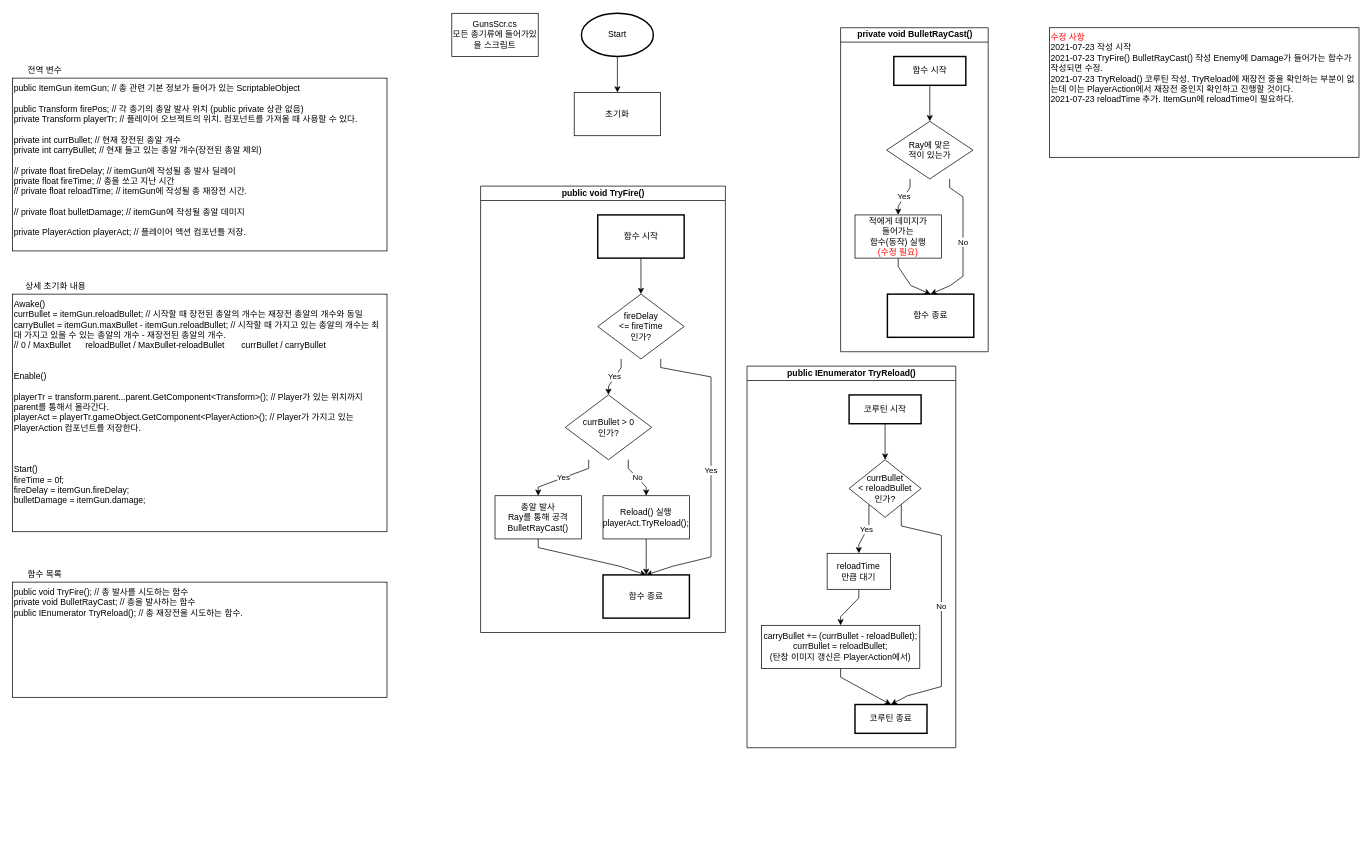
This is FlowChart/GunsScr.drawio from BckLily/YeilMainProjectBackUp, a draw.io file, before an edit. Source tidied: cells renumbered, new cells numbered last; positions are measured from the earlier drawing's top-left corner, leaving out a move shared by most shapes. Both pictures are drawn from the tidied source at 72%, with x=0, y=0 at pixel (12, 13).
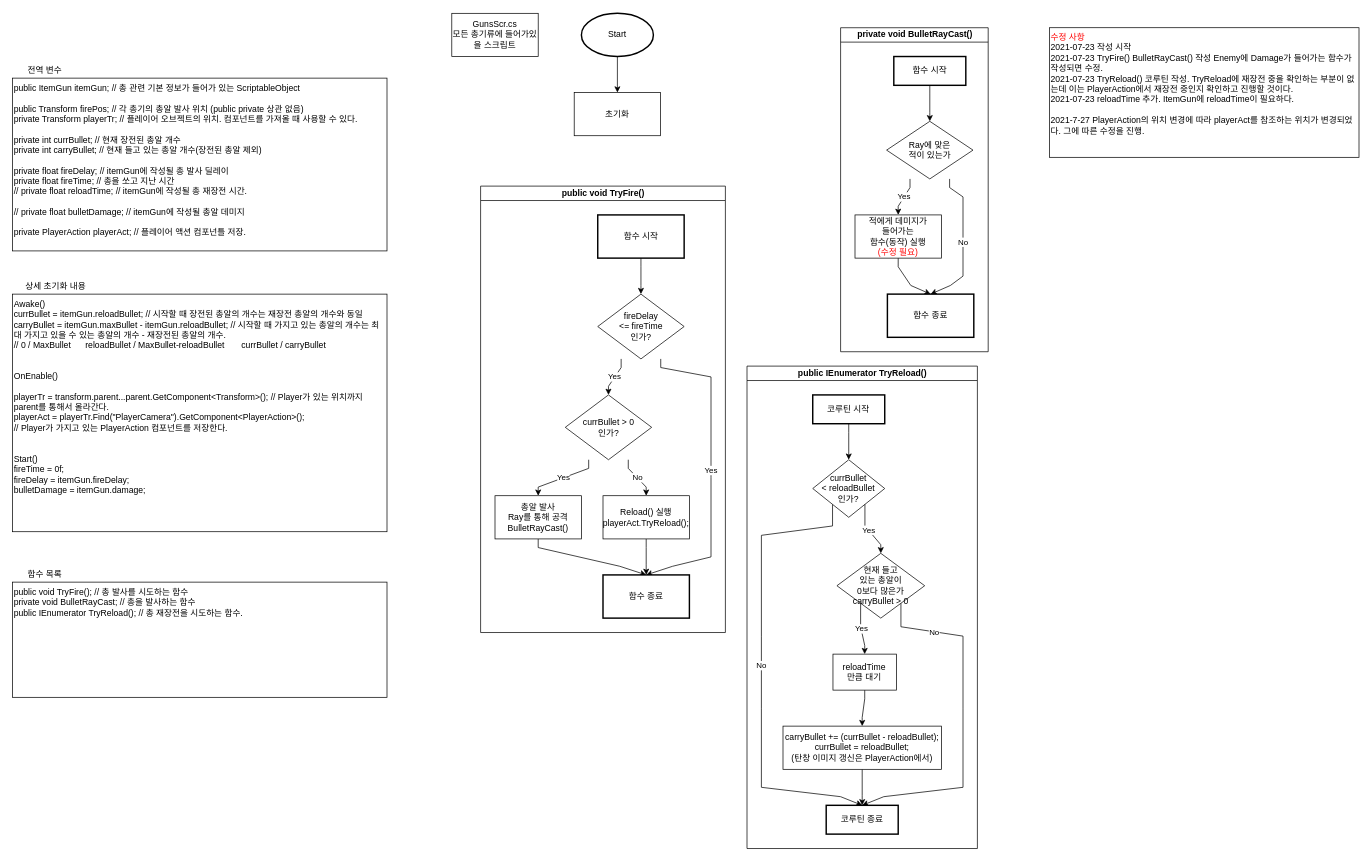
The same page after the edit.

Diff of the diagram source:
```diff
@@
-    <mxCell id="5" value="&lt;font color=&quot;#ff0000&quot;&gt;수정 사항&lt;/font&gt;&lt;br&gt;2021-07-23 작성 시작&lt;br&gt;2021-07-23 TryFire() BulletRayCast() 작성 Enemy에 Damage가 들어가는 함수가 작성되면 수정.&lt;br&gt;2021-07-23 TryReload() 코루틴 작성. TryReload에 재장전 중을 확인하는 부분이 없는데 이는 PlayerAction에서 재장전 중인지 확인하고 진행할 것이다.&lt;br&gt;2021-07-23 reloadTime 추가. ItemGun에 reloadTime이 필요하다." style="rounded=0;whiteSpace=wrap;html=1;align=left;verticalAlign=top;" parent="1" vertex="1">
+    <mxCell id="5" value="&lt;font color=&quot;#ff0000&quot;&gt;수정 사항&lt;/font&gt;&lt;br&gt;2021-07-23 작성 시작&lt;br&gt;2021-07-23 TryFire() BulletRayCast() 작성 Enemy에 Damage가 들어가는 함수가 작성되면 수정.&lt;br&gt;2021-07-23 TryReload() 코루틴 작성. TryReload에 재장전 중을 확인하는 부분이 없는데 이는 PlayerAction에서 재장전 중인지 확인하고 진행할 것이다.&lt;br&gt;2021-07-23 reloadTime 추가. ItemGun에 reloadTime이 필요하다.&lt;br&gt;&lt;br&gt;2021-7-27 PlayerAction의 위치 변경에 따라 playerAct를 참조하는 위치가 변경되었다. 그에 따른 수정을 진행." style="rounded=0;whiteSpace=wrap;html=1;align=left;verticalAlign=top;" parent="1" vertex="1">
       <mxGeometry x="1440" y="20" width="430" height="180" as="geometry" />
     </mxCell>
@@
-    <mxCell id="7" value="Awake()&lt;br&gt;currBullet = itemGun.reloadBullet; // 시작할 때 장전된 총알의 개수는 재장전 총알의 개수와 동일&lt;br&gt;carryBullet = itemGun.maxBullet - itemGun.reloadBullet; // 시작할 때 가지고 있는 총알의 개수는 최대 가지고 있을 수 있는 총알의 개수 - 재장전된 총알의 개수.&lt;br&gt;// 0 / MaxBullet&amp;nbsp; &amp;nbsp; &amp;nbsp; reloadBullet / MaxBullet-reloadBullet&amp;nbsp; &amp;nbsp; &amp;nbsp; &amp;nbsp;currBullet / carryBullet&lt;br&gt;&lt;br&gt;&lt;br&gt;Enable()&lt;br&gt;&lt;br&gt;playerTr = transform.parent...parent.GetComponent&amp;lt;Transform&amp;gt;(); // Player가 있는 위치까지 parent를 통해서 올라간다.&lt;br&gt;playerAct = playerTr.gameObject.GetComponent&amp;lt;PlayerAction&amp;gt;(); // Player가 가지고 있는 PlayerAction 컴포넌트를 저장한다.&lt;br&gt;&lt;br&gt;&lt;br&gt;&lt;br&gt;Start()&lt;br&gt;fireTime = 0f;&lt;br&gt;fireDelay = itemGun.fireDelay;&lt;br&gt;bulletDamage = itemGun.damage;&lt;br&gt;" style="rounded=0;whiteSpace=wrap;html=1;align=left;verticalAlign=top;" parent="1" vertex="1">
+    <mxCell id="7" value="Awake()&lt;br&gt;currBullet = itemGun.reloadBullet; // 시작할 때 장전된 총알의 개수는 재장전 총알의 개수와 동일&lt;br&gt;carryBullet = itemGun.maxBullet - itemGun.reloadBullet; // 시작할 때 가지고 있는 총알의 개수는 최대 가지고 있을 수 있는 총알의 개수 - 재장전된 총알의 개수.&lt;br&gt;// 0 / MaxBullet&amp;nbsp; &amp;nbsp; &amp;nbsp; reloadBullet / MaxBullet-reloadBullet&amp;nbsp; &amp;nbsp; &amp;nbsp; &amp;nbsp;currBullet / carryBullet&lt;br&gt;&lt;br&gt;&lt;br&gt;OnEnable()&lt;br&gt;&lt;br&gt;playerTr = transform.parent...parent.GetComponent&amp;lt;Transform&amp;gt;(); // Player가 있는 위치까지 parent를 통해서 올라간다.&lt;br&gt;playerAct = playerTr.Find(&quot;PlayerCamera&quot;).GetComponent&amp;lt;PlayerAction&amp;gt;();&lt;br&gt;// Player가 가지고 있는 PlayerAction 컴포넌트를 저장한다.&lt;br&gt;&lt;br&gt;&lt;br&gt;Start()&lt;br&gt;fireTime = 0f;&lt;br&gt;fireDelay = itemGun.fireDelay;&lt;br&gt;bulletDamage = itemGun.damage;" style="rounded=0;whiteSpace=wrap;html=1;align=left;verticalAlign=top;" parent="1" vertex="1">
       <mxGeometry y="390" width="520" height="330" as="geometry" />
     </mxCell>
@@
-    <mxCell id="9" value="public ItemGun itemGun; // 총 관련 기본 정보가 들어가 있는 ScriptableObject&lt;br&gt;&lt;br&gt;public Transform firePos; // 각 총기의 총알 발사 위치 (public private 상관 없음)&lt;br&gt;private Transform playerTr; // 플레이어 오브젝트의 위치. 컴포넌트를 가져올 때 사용할 수 있다.&lt;br&gt;&lt;br&gt;private int currBullet; // 현재 장전된 총알 개수&lt;br&gt;private int carryBullet; // 현재 들고 있는 총알 개수(장전된 총알 제외)&lt;br&gt;&lt;br&gt;// private float fireDelay; // itemGun에 작성될 총 발사 딜레이&lt;br&gt;private float fireTime; // 총을 쏘고 지난 시간&lt;br&gt;// private float reloadTime; // itemGun에 작성될 총 재장전 시간.&lt;br&gt;&lt;br&gt;// private float bulletDamage; // itemGun에 작성될 총알 데미지&lt;br&gt;&lt;br&gt;private PlayerAction playerAct; // 플레이어 액션 컴포넌틀 저장." style="rounded=0;whiteSpace=wrap;html=1;align=left;verticalAlign=top;" parent="1" vertex="1">
+    <mxCell id="9" value="public ItemGun itemGun; // 총 관련 기본 정보가 들어가 있는 ScriptableObject&lt;br&gt;&lt;br&gt;public Transform firePos; // 각 총기의 총알 발사 위치 (public private 상관 없음)&lt;br&gt;private Transform playerTr; // 플레이어 오브젝트의 위치. 컴포넌트를 가져올 때 사용할 수 있다.&lt;br&gt;&lt;br&gt;private int currBullet; // 현재 장전된 총알 개수&lt;br&gt;private int carryBullet; // 현재 들고 있는 총알 개수(장전된 총알 제외)&lt;br&gt;&lt;br&gt;private float fireDelay; // itemGun에 작성될 총 발사 딜레이&lt;br&gt;private float fireTime; // 총을 쏘고 지난 시간&lt;br&gt;// private float reloadTime; // itemGun에 작성될 총 재장전 시간.&lt;br&gt;&lt;br&gt;// private float bulletDamage; // itemGun에 작성될 총알 데미지&lt;br&gt;&lt;br&gt;private PlayerAction playerAct; // 플레이어 액션 컴포넌틀 저장." style="rounded=0;whiteSpace=wrap;html=1;align=left;verticalAlign=top;" parent="1" vertex="1">
       <mxGeometry y="90" width="520" height="240" as="geometry" />
     </mxCell>
@@
     <mxCell id="36" value="&lt;span style=&quot;text-align: left&quot;&gt;&lt;b&gt;public IEnumerator TryReload()&lt;/b&gt;&lt;/span&gt;" style="swimlane;html=1;startSize=20;horizontal=1;flowOrientation=north;interRankCellSpacing=50;containerType=tree;align=center;fontStyle=0;" parent="1" vertex="1">
-      <mxGeometry x="1020" y="490" width="290" height="530" as="geometry" />
+      <mxGeometry x="1020" y="490" width="320" height="670" as="geometry" />
     </mxCell>
     <mxCell id="37" style="edgeStyle=orthogonalEdgeStyle;rounded=0;jettySize=auto;html=1;entryX=0.5;entryY=0;entryDx=0;entryDy=0;noEdgeStyle=1;orthogonal=1;" parent="36" edge="1" source="38" target="41">
       <mxGeometry relative="1" as="geometry">
         <Array as="points">
-          <mxPoint x="191.8" y="92" />
-          <mxPoint x="191.8" y="118" />
+          <mxPoint x="141.3" y="92" />
+          <mxPoint x="141.3" y="118" />
         </Array>
       </mxGeometry>
     </mxCell>
     <mxCell id="38" value="코루틴 시작" style="whiteSpace=wrap;html=1;strokeWidth=2;" parent="36" vertex="1">
-      <mxGeometry x="141.8" y="40" width="100" height="40" as="geometry" />
+      <mxGeometry x="91.3" y="40" width="100" height="40" as="geometry" />
     </mxCell>
-    <mxCell id="39" value="Yes" style="edgeStyle=orthogonalEdgeStyle;rounded=0;jettySize=auto;html=1;entryX=0.5;entryY=0;entryDx=0;entryDy=0;noEdgeStyle=1;orthogonal=1;" parent="36" edge="1" source="41" target="46">
-      <mxGeometry relative="1" as="geometry">
-        <Array as="points">
-          <mxPoint x="169.3" y="222" />
-          <mxPoint x="155.3" y="248" />
-        </Array>
-      </mxGeometry>
-    </mxCell>
     <mxCell id="40" value="No" style="edgeStyle=orthogonalEdgeStyle;rounded=0;jettySize=auto;html=1;entryX=0.5;entryY=0;entryDx=0;entryDy=0;noEdgeStyle=1;orthogonal=1;" parent="36" edge="1" source="41" target="44">
       <mxGeometry relative="1" as="geometry">
         <Array as="points">
-          <mxPoint x="214.3" y="222" />
-          <mxPoint x="270" y="235" />
-          <mxPoint x="270" y="335" />
-          <mxPoint x="270" y="335" />
-          <mxPoint x="270" y="445" />
-          <mxPoint x="222.5" y="458" />
+          <mxPoint x="118.8" y="222" />
+          <mxPoint x="20" y="235" />
+          <mxPoint x="20" y="375" />
+          <mxPoint x="20" y="375" />
+          <mxPoint x="20" y="475" />
+          <mxPoint x="20" y="475" />
+          <mxPoint x="20" y="585" />
+          <mxPoint x="130" y="598" />
         </Array>
       </mxGeometry>
     </mxCell>
     <mxCell id="41" value="currBullet&lt;br&gt;&amp;lt; reloadBullet&lt;br&gt;인가?" style="rhombus;whiteSpace=wrap;html=1;align=center;" parent="36" vertex="1">
-      <mxGeometry x="141.8" y="130" width="100" height="80" as="geometry" />
+      <mxGeometry x="91.3" y="130" width="100" height="80" as="geometry" />
     </mxCell>
     <mxCell id="42" style="edgeStyle=orthogonalEdgeStyle;rounded=0;jettySize=auto;html=1;entryX=0.5;entryY=0;entryDx=0;entryDy=0;noEdgeStyle=1;orthogonal=1;" parent="36" edge="1" source="43" target="44">
       <mxGeometry relative="1" as="geometry">
         <Array as="points">
-          <mxPoint x="130" y="432" />
-          <mxPoint x="177.5" y="458" />
+          <mxPoint x="160" y="572" />
+          <mxPoint x="160" y="596" />
         </Array>
       </mxGeometry>
     </mxCell>
     <mxCell id="43" value="carryBullet += (currBullet - reloadBullet);&lt;br&gt;currBullet = reloadBullet;&lt;br&gt;(탄창 이미지 갱신은 PlayerAction에서)" style="rounded=0;whiteSpace=wrap;html=1;align=center;" parent="36" vertex="1">
-      <mxGeometry x="20" y="360" width="220" height="60" as="geometry" />
+      <mxGeometry x="50" y="500" width="220" height="60" as="geometry" />
     </mxCell>
     <mxCell id="44" value="코루틴 종료" style="whiteSpace=wrap;html=1;strokeWidth=2;" parent="36" vertex="1">
-      <mxGeometry x="150" y="470" width="100" height="40" as="geometry" />
+      <mxGeometry x="110" y="610" width="100" height="40" as="geometry" />
     </mxCell>
     <mxCell id="45" style="edgeStyle=orthogonalEdgeStyle;rounded=0;jettySize=auto;html=1;entryX=0.5;entryY=0;entryDx=0;entryDy=0;noEdgeStyle=1;orthogonal=1;" parent="36" edge="1" source="46" target="43">
       <mxGeometry relative="1" as="geometry">
         <Array as="points">
-          <mxPoint x="155.3" y="322" />
-          <mxPoint x="130" y="348" />
+          <mxPoint x="163.5" y="462" />
+          <mxPoint x="160" y="488" />
         </Array>
       </mxGeometry>
     </mxCell>
     <mxCell id="46" value="reloadTime&lt;br&gt;만큼 대기" style="rounded=0;whiteSpace=wrap;html=1;align=center;" parent="36" vertex="1">
-      <mxGeometry x="111.3" y="260" width="88.1" height="50" as="geometry" />
+      <mxGeometry x="119.4" y="400" width="88.1" height="50" as="geometry" />
     </mxCell>
+    <mxCell id="47" value="Yes" style="edgeStyle=orthogonalEdgeStyle;rounded=0;jettySize=auto;html=1;entryX=0.5;entryY=0;entryDx=0;entryDy=0;noEdgeStyle=1;orthogonal=1;" parent="36" edge="1" source="41" target="50">
+      <mxGeometry relative="1" as="geometry">
+        <Array as="points">
+          <mxPoint x="163.8" y="222" />
+          <mxPoint x="185.8" y="248" />
+        </Array>
+      </mxGeometry>
+    </mxCell>
+    <mxCell id="48" value="Yes" style="edgeStyle=orthogonalEdgeStyle;rounded=0;jettySize=auto;html=1;entryX=0.5;entryY=0;entryDx=0;entryDy=0;noEdgeStyle=1;orthogonal=1;" parent="36" edge="1" source="50" target="46">
+      <mxGeometry relative="1" as="geometry">
+        <Array as="points">
+          <mxPoint x="157.8" y="362" />
+          <mxPoint x="163.5" y="388" />
+        </Array>
+      </mxGeometry>
+    </mxCell>
+    <mxCell id="49" value="No" style="edgeStyle=orthogonalEdgeStyle;rounded=0;jettySize=auto;html=1;entryX=0.5;entryY=0;entryDx=0;entryDy=0;noEdgeStyle=1;orthogonal=1;" parent="36" edge="1" source="50" target="44">
+      <mxGeometry x="-0.66" y="-1" relative="1" as="geometry">
+        <Array as="points">
+          <mxPoint x="213.8" y="362" />
+          <mxPoint x="300" y="375" />
+          <mxPoint x="300" y="475" />
+          <mxPoint x="300" y="475" />
+          <mxPoint x="300" y="585" />
+          <mxPoint x="190" y="598" />
+        </Array>
+      </mxGeometry>
+    </mxCell>
+    <mxCell id="50" value="현재 들고&lt;br&gt;있는 총알이&lt;br&gt;0보다 많은가&lt;br&gt;carryBullet &amp;gt; 0" style="rounded=0;whiteSpace=wrap;html=1;align=center;rhombus;" parent="36" vertex="1">
+      <mxGeometry x="124.9" y="260" width="121.9" height="90" as="geometry" />
+    </mxCell>
```
